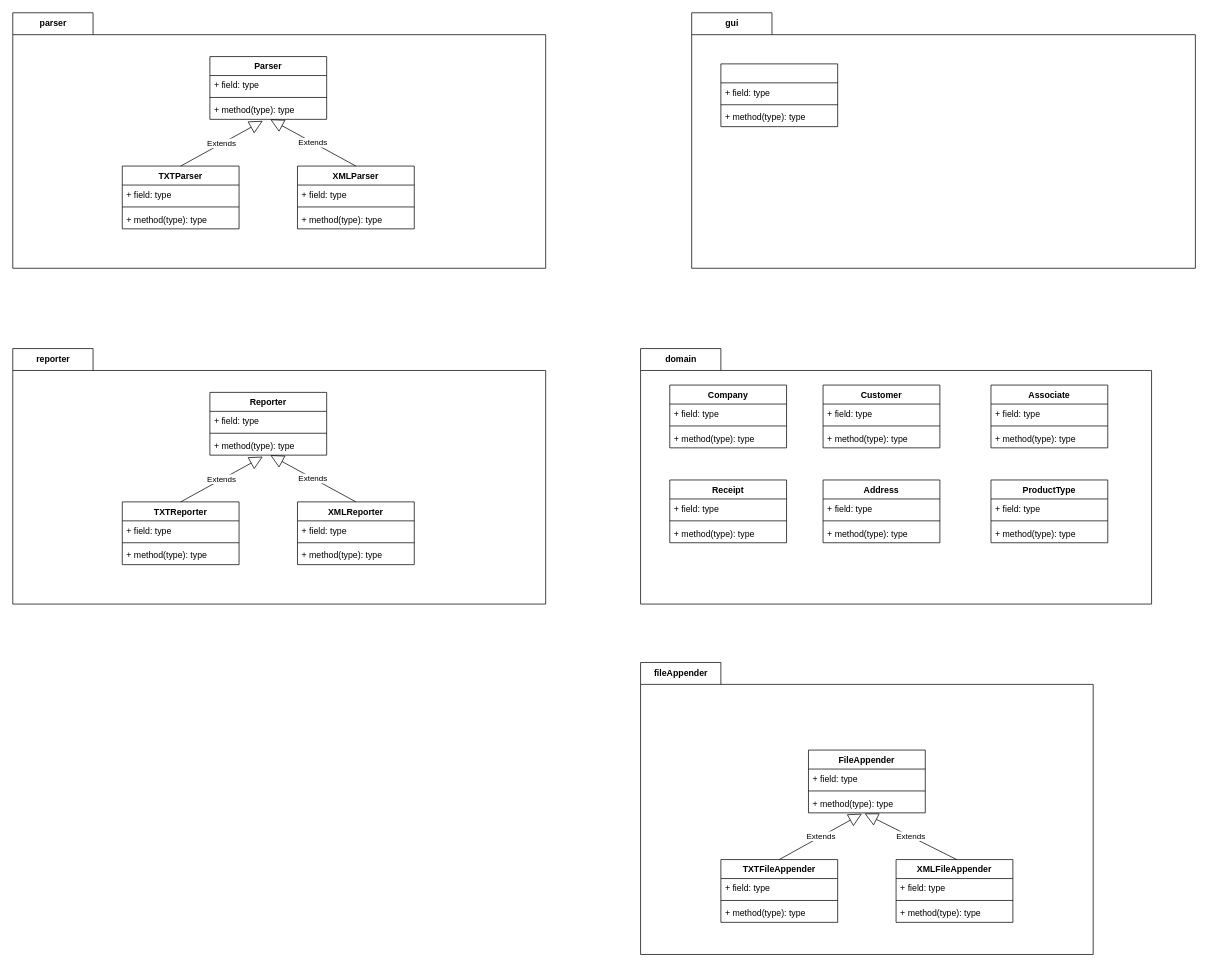
philipAthanasopoulos/Saleio keeps this draw.io diagram as soft-devII-2024-project-material/sales-commissions-application/src/new_class_diagram.drawio. Above is the earlier version. Source tidied: cells renumbered, new cells numbered last; positions are measured from the earlier drawing's top-left corner, leaving out a move shared by most shapes. Both pictures are drawn from the tidied source at 73%, with x=0, y=0 at pixel (12, 12).
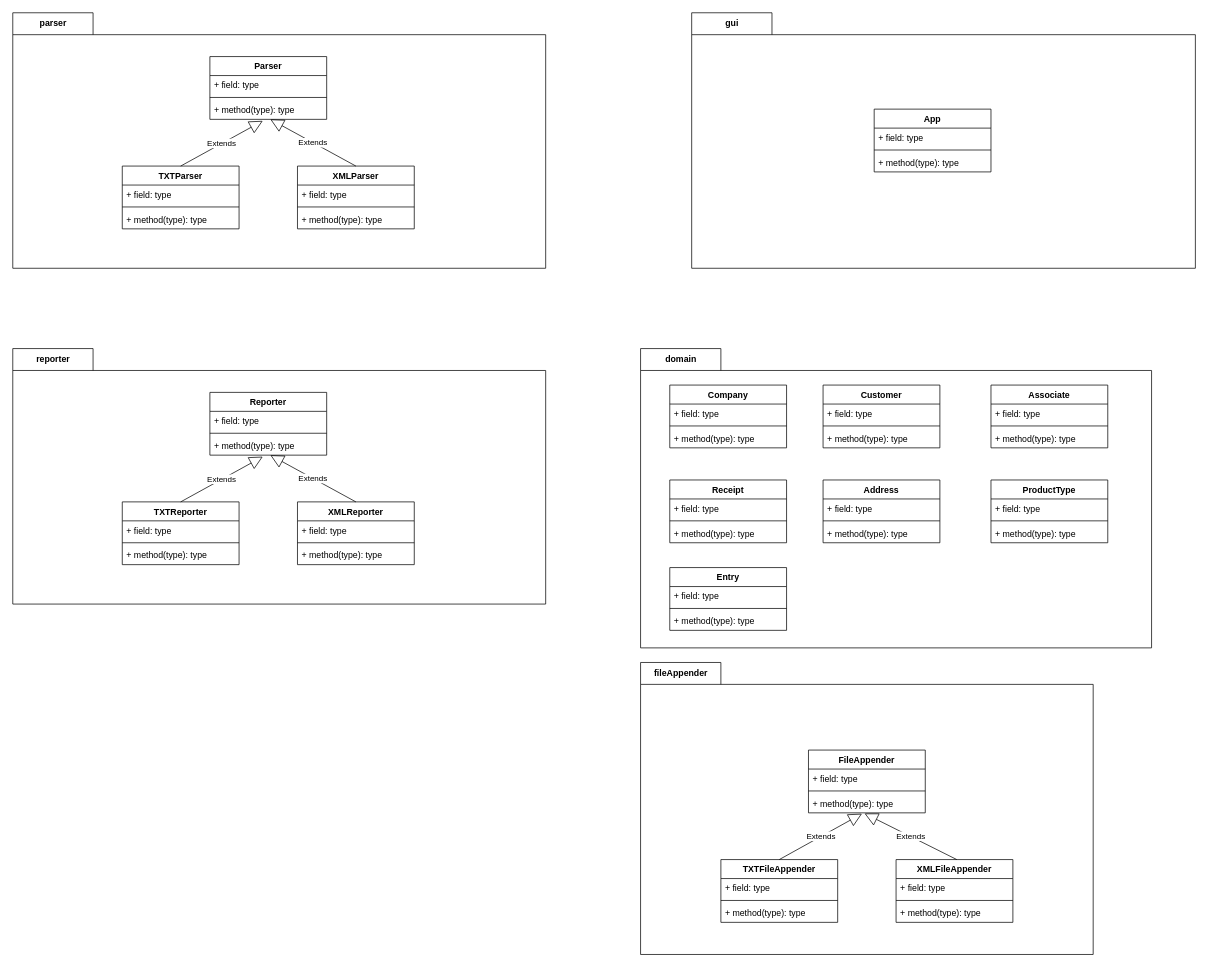
The same diagram, later.

Unchanged cells that the change refers to:
```xml
<mxCell id="32" value="gui" style="shape=folder;fontStyle=1;tabWidth=110;tabHeight=30;tabPosition=left;html=1;boundedLbl=1;labelInHeader=1;" parent="1" vertex="1">
  <mxGeometry x="930" width="690" height="350" as="geometry" />
</mxCell>
```

Diff of the diagram source:
```diff
@@
-    <mxCell id="33" style="swimlane;fontStyle=1;align=center;verticalAlign=top;horizontal=1;startSize=26;" parent="32" vertex="1">
-      <mxGeometry x="40" y="70" width="160" height="86" as="geometry" />
+    <mxCell id="33" value="App" style="swimlane;fontStyle=1;align=center;verticalAlign=top;horizontal=1;startSize=26;" parent="32" vertex="1">
+      <mxGeometry x="250" y="132" width="160" height="86" as="geometry" />
     </mxCell>
@@
     <mxCell id="37" value="domain" style="shape=folder;fontStyle=1;tabWidth=110;tabHeight=30;tabPosition=left;html=1;boundedLbl=1;labelInHeader=1;" parent="1" vertex="1">
-      <mxGeometry x="860" y="460" width="700" height="350" as="geometry" />
+      <mxGeometry x="860" y="460" width="700" height="410" as="geometry" />
     </mxCell>
@@
+    <mxCell id="77" value="Entry" style="swimlane;fontStyle=1;align=center;verticalAlign=top;horizontal=1;startSize=26;" parent="37" vertex="1">
+      <mxGeometry x="40" y="300" width="160" height="86" as="geometry" />
+    </mxCell>
+    <mxCell id="78" value="+ field: type" style="text;strokeColor=none;fillColor=none;align=left;verticalAlign=top;spacingLeft=4;spacingRight=4;overflow=hidden;" parent="77" vertex="1">
+      <mxGeometry y="26" width="160" height="26" as="geometry" />
+    </mxCell>
+    <mxCell id="79" style="line;strokeWidth=1;fillColor=none;align=left;verticalAlign=middle;spacingTop=-1;spacingLeft=3;spacingRight=3;labelPosition=right;strokeColor=inherit;" parent="77" vertex="1">
+      <mxGeometry y="52" width="160" height="8" as="geometry" />
+    </mxCell>
+    <mxCell id="80" value="+ method(type): type" style="text;strokeColor=none;fillColor=none;align=left;verticalAlign=top;spacingLeft=4;spacingRight=4;overflow=hidden;" parent="77" vertex="1">
+      <mxGeometry y="60" width="160" height="26" as="geometry" />
+    </mxCell>
```
